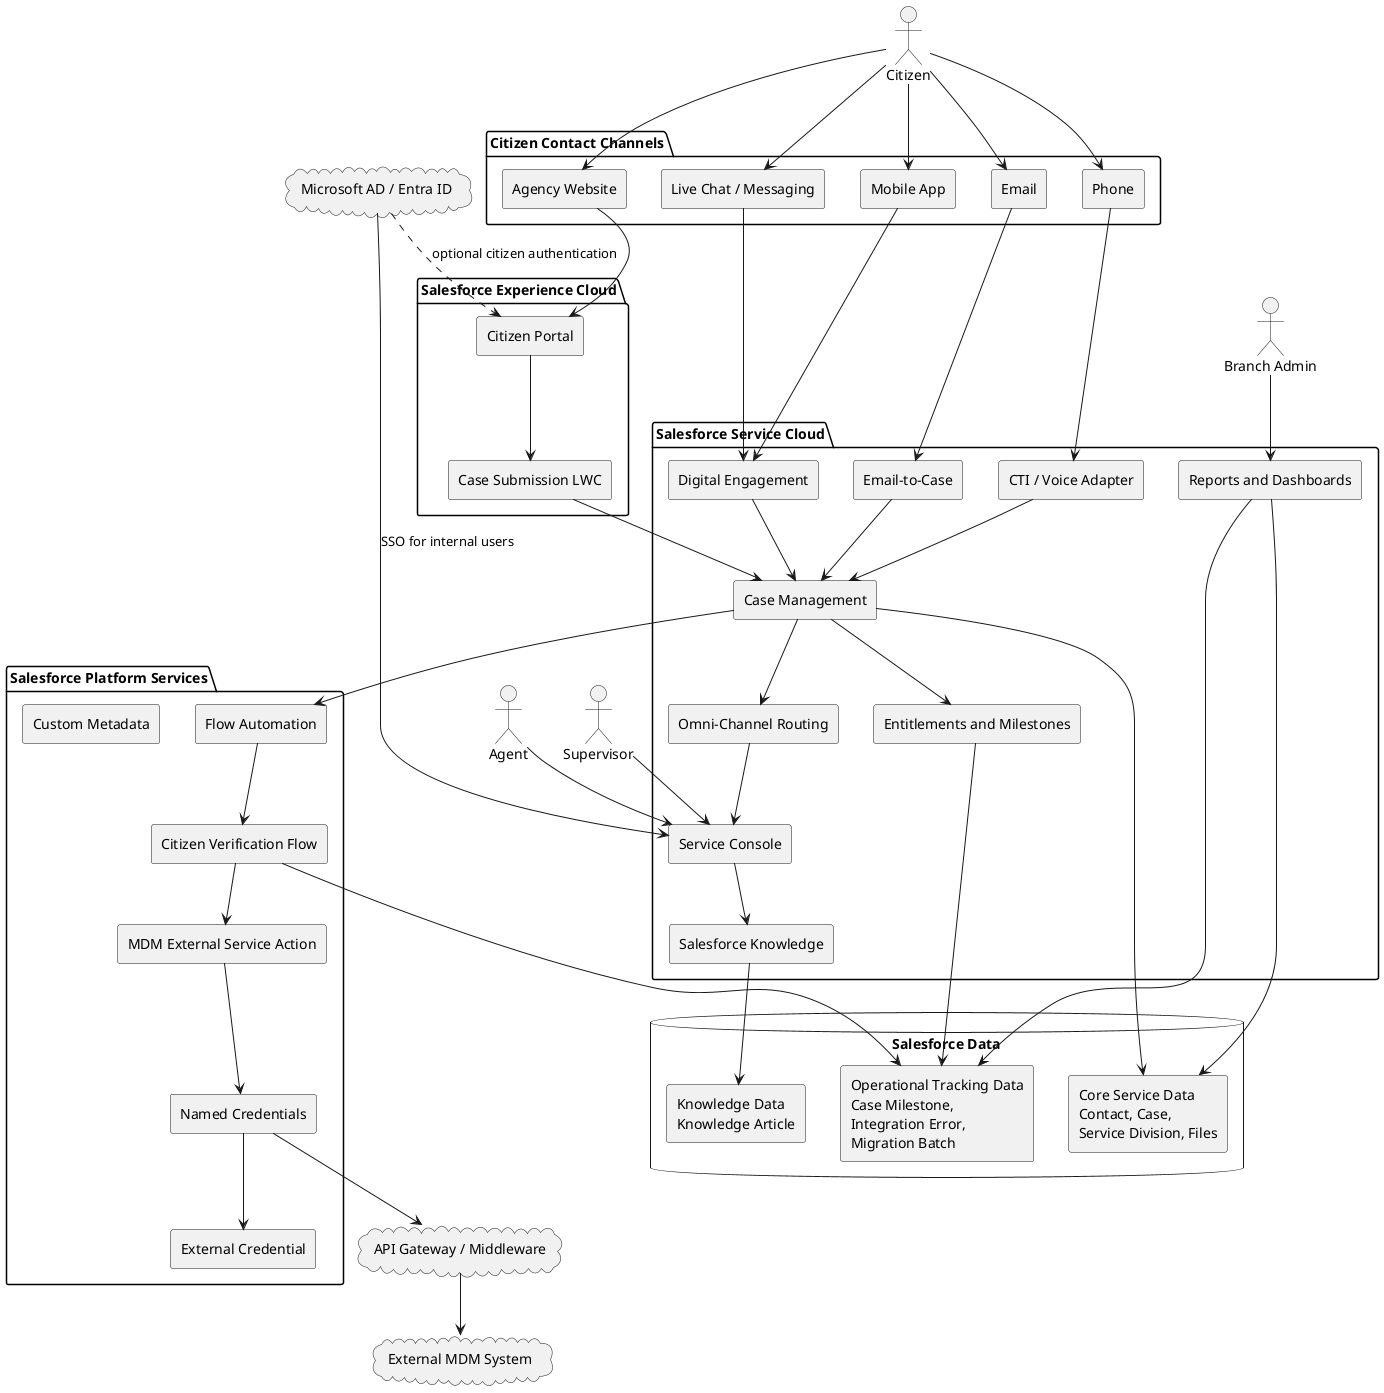
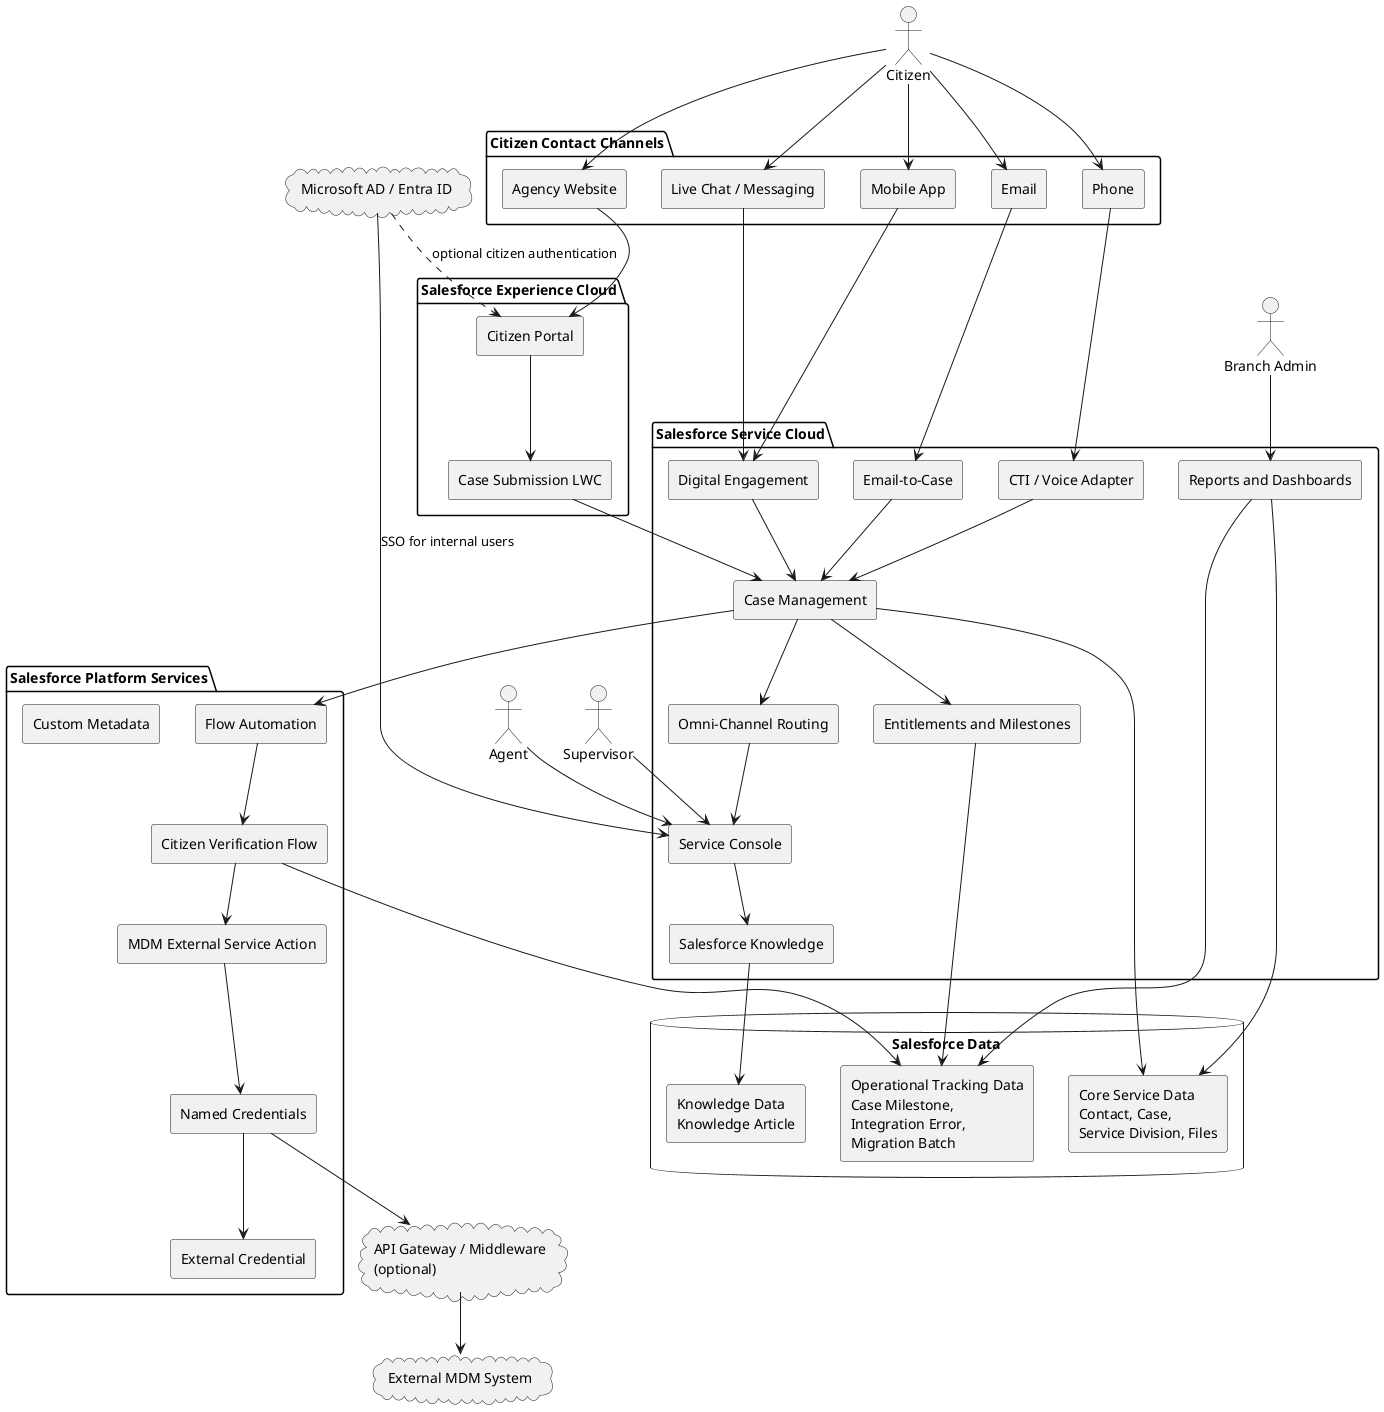
@startuml
skinparam componentStyle rectangle

actor Citizen
actor "Branch Admin" as BranchAdmin
actor Supervisor
actor Agent

cloud "Microsoft AD / Entra ID" as AAD
cloud "External MDM System" as MDM
- cloud "API Gateway / Middleware" as Gateway
+ cloud "API Gateway / Middleware\n(optional)" as Gateway

package "Citizen Contact Channels" {
  [Agency Website]
  [Mobile App]
  [Email]
  [Phone]
  [Live Chat / Messaging]
}

package "Salesforce Experience Cloud" {
  [Citizen Portal]
  [Case Submission LWC]
}

package "Salesforce Service Cloud" {
  [Service Console]
  [Case Management]
  [Omni-Channel Routing]
  [Email-to-Case]
  [Digital Engagement]
  [CTI / Voice Adapter]
  [Salesforce Knowledge]
  [Entitlements and Milestones]
  [Reports and Dashboards]
}

package "Salesforce Platform Services" {
  [Flow Automation]
  [Citizen Verification Flow]
  [MDM External Service Action]
  [External Credential]
  [Named Credentials]
  [Custom Metadata]
}

database "Salesforce Data" {
  [Core Service Data\nContact, Case,\nService Division, Files] as CoreServiceData
  [Knowledge Data\nKnowledge Article] as KnowledgeData
  [Operational Tracking Data\nCase Milestone,\nIntegration Error,\nMigration Batch] as OperationalTrackingData
}

Citizen --> [Agency Website]
Citizen --> [Mobile App]
Citizen --> [Email]
Citizen --> [Phone]
Citizen --> [Live Chat / Messaging]

[Agency Website] --> [Citizen Portal]
[Citizen Portal] --> [Case Submission LWC]
[Case Submission LWC] --> [Case Management]
[Email] --> [Email-to-Case]
[Phone] --> [CTI / Voice Adapter]
[Mobile App] --> [Digital Engagement]
[Live Chat / Messaging] --> [Digital Engagement]
[Email-to-Case] --> [Case Management]
[CTI / Voice Adapter] --> [Case Management]
[Digital Engagement] --> [Case Management]

[Case Management] --> [Omni-Channel Routing]
[Omni-Channel Routing] --> [Service Console]
Agent --> [Service Console]
Supervisor --> [Service Console]
BranchAdmin --> [Reports and Dashboards]

[Service Console] --> [Salesforce Knowledge]
[Case Management] --> [Entitlements and Milestones]
[Case Management] --> [Flow Automation]
[Flow Automation] --> [Citizen Verification Flow]
[Citizen Verification Flow] --> [MDM External Service Action]
[MDM External Service Action] --> [Named Credentials]
[Named Credentials] --> [External Credential]
[Named Credentials] --> Gateway
Gateway --> MDM

[Case Management] --> CoreServiceData
[Salesforce Knowledge] --> KnowledgeData
[Entitlements and Milestones] --> OperationalTrackingData
[Citizen Verification Flow] --> OperationalTrackingData
[Reports and Dashboards] --> CoreServiceData
[Reports and Dashboards] --> OperationalTrackingData

AAD --> [Service Console] : SSO for internal users
AAD ..> [Citizen Portal] : optional citizen authentication

@enduml
